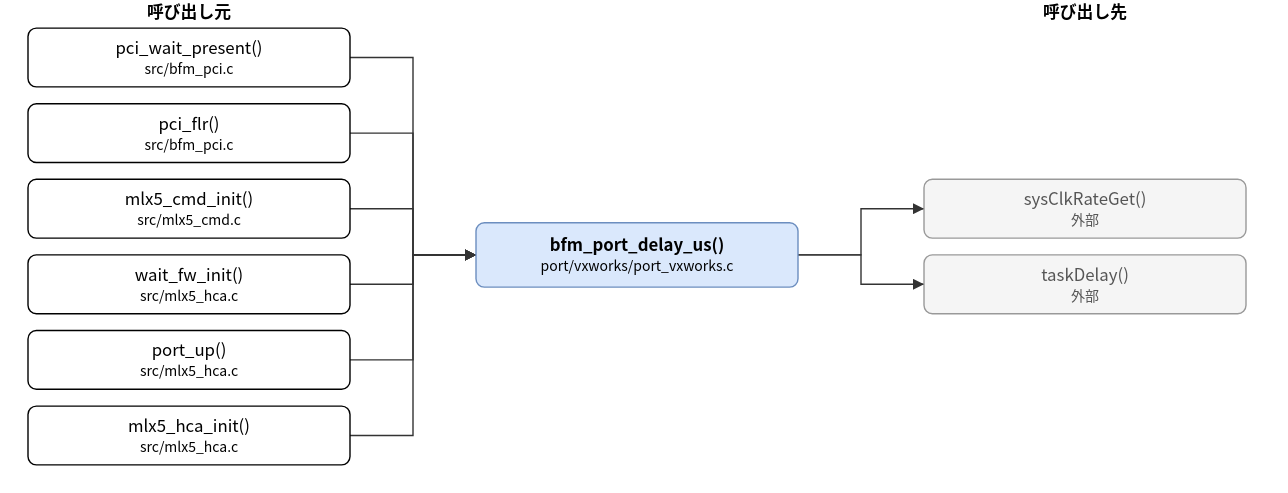
hf355051012-ai/bfmem keeps this draw.io diagram as doc/spec/images/call_port_vxworks_port_vxworks-bfm_port_delay_us.drawio.svg. Above is the earlier version. Source tidied: cells renumbered, new cells last; positions are measured from the earlier drawing's top-left corner, leaving out a move shared by most shapes.
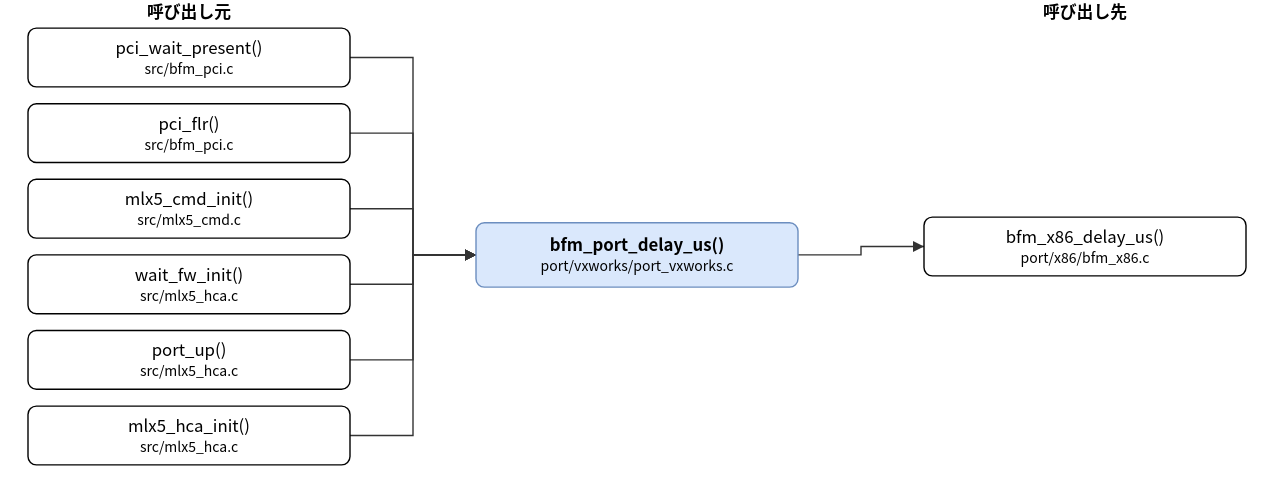
After the commit.

Diff of the diagram source:
```diff
@@ -23,12 +23,9 @@
     <mxCell id="8" value="mlx5_hca_init()&lt;br&gt;&lt;font style=&quot;font-size:10px&quot;&gt;src/mlx5_hca.c&lt;/font&gt;" style="rounded=1;whiteSpace=wrap;html=1;" parent="1" vertex="1">
       <mxGeometry y="290" width="230" height="42" as="geometry" />
     </mxCell>
-    <mxCell id="9" value="sysClkRateGet()&lt;br&gt;&lt;font style=&quot;font-size:10px&quot;&gt;外部&lt;/font&gt;" style="rounded=1;whiteSpace=wrap;html=1;fillColor=#f5f5f5;strokeColor=#999999;fontColor=#555555;" parent="1" vertex="1">
-      <mxGeometry x="640" y="128" width="230" height="42" as="geometry" />
+    <mxCell id="9" value="bfm_x86_delay_us()&lt;br&gt;&lt;font style=&quot;font-size:10px&quot;&gt;port/x86/bfm_x86.c&lt;/font&gt;" style="rounded=1;whiteSpace=wrap;html=1;" parent="1" vertex="1">
+      <mxGeometry x="640" y="155" width="230" height="42" as="geometry" />
     </mxCell>
-    <mxCell id="10" value="taskDelay()&lt;br&gt;&lt;font style=&quot;font-size:10px&quot;&gt;外部&lt;/font&gt;" style="rounded=1;whiteSpace=wrap;html=1;fillColor=#f5f5f5;strokeColor=#999999;fontColor=#555555;" parent="1" vertex="1">
-      <mxGeometry x="640" y="182" width="230" height="42" as="geometry" />
-    </mxCell>
     <mxCell id="11" style="edgeStyle=none;html=1;rounded=0;endArrow=block;endFill=1;exitX=1.0000;exitY=0.5000;exitDx=0;exitDy=0;exitPerimeter=0;entryX=0.0000;entryY=0.5000;entryDx=0;entryDy=0;entryPerimeter=0;" parent="1" edge="1" source="3" target="2">
       <mxGeometry relative="1" as="geometry">
         <Array as="points">
@@ -81,18 +78,10 @@
       <mxGeometry relative="1" as="geometry">
         <Array as="points">
           <mxPoint x="595" y="182" />
-          <mxPoint x="595" y="149" />
+          <mxPoint x="595" y="176" />
         </Array>
       </mxGeometry>
     </mxCell>
-    <mxCell id="18" style="edgeStyle=none;html=1;rounded=0;endArrow=block;endFill=1;exitX=1.0000;exitY=0.5000;exitDx=0;exitDy=0;exitPerimeter=0;entryX=0.0000;entryY=0.5000;entryDx=0;entryDy=0;entryPerimeter=0;" parent="1" edge="1" source="2" target="10">
-      <mxGeometry relative="1" as="geometry">
-        <Array as="points">
-          <mxPoint x="595" y="182" />
-          <mxPoint x="595" y="203" />
-        </Array>
-      </mxGeometry>
-    </mxCell>
     <mxCell id="19" value="呼び出し元" style="text;html=1;align=center;fontStyle=1;" parent="1" vertex="1">
       <mxGeometry x="35" width="160" height="18" as="geometry" />
     </mxCell>
```
